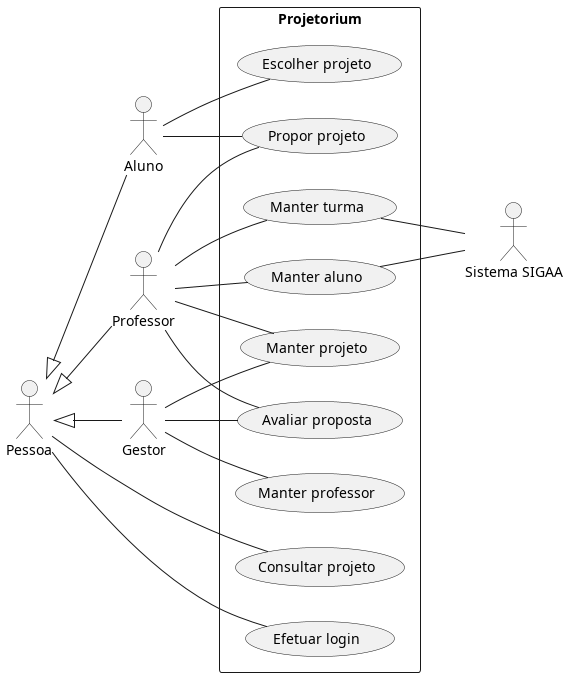
The PlantUML diagram diagramas/usecase.png in Pedro-V/projetorium, before a commit.
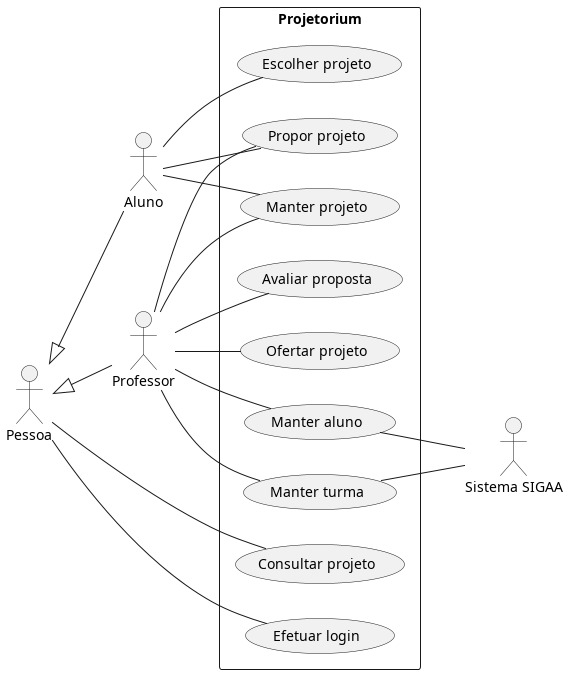
The same file after the commit.

Diff of the diagram source:
```diff
@@ -3,20 +3,18 @@
 :Pessoa: as Pessoa
 :Aluno: as Aluno
 :Professor: as Professor
-:Gestor: as Gestor
 :Sistema SIGAA: as SIGAA
 
 Pessoa <|-- Aluno
 Pessoa <|-- Professor
-Pessoa <|-- Gestor
 
 rectangle "Projetorium" {
     (Consultar projeto) as ConsProj
     (Propor projeto) as PropProj
+    (Ofertar projeto) as OfertProj
     (Manter projeto) as MantProj
     (Efetuar login) as EfetLog
     (Manter turma) as MantTurm
-    (Manter professor) as MantProf
     (Manter aluno) as MantAlun
     (Avaliar proposta) as AvalProp
     (Escolher projeto) as EscProj
@@ -27,16 +25,14 @@
 
 Aluno -- PropProj
 Aluno -- EscProj
+Aluno -- MantProj
 
 Professor -- MantAlun
 Professor -- MantTurm
 Professor -- MantProj
 Professor -- PropProj
 Professor -- AvalProp
-
-Gestor -- MantProj
-Gestor -- MantProf
-Gestor -- AvalProp
+Professor -- OfertProj
 
 SIGAA -up- MantTurm
 SIGAA -up- MantAlun
```
